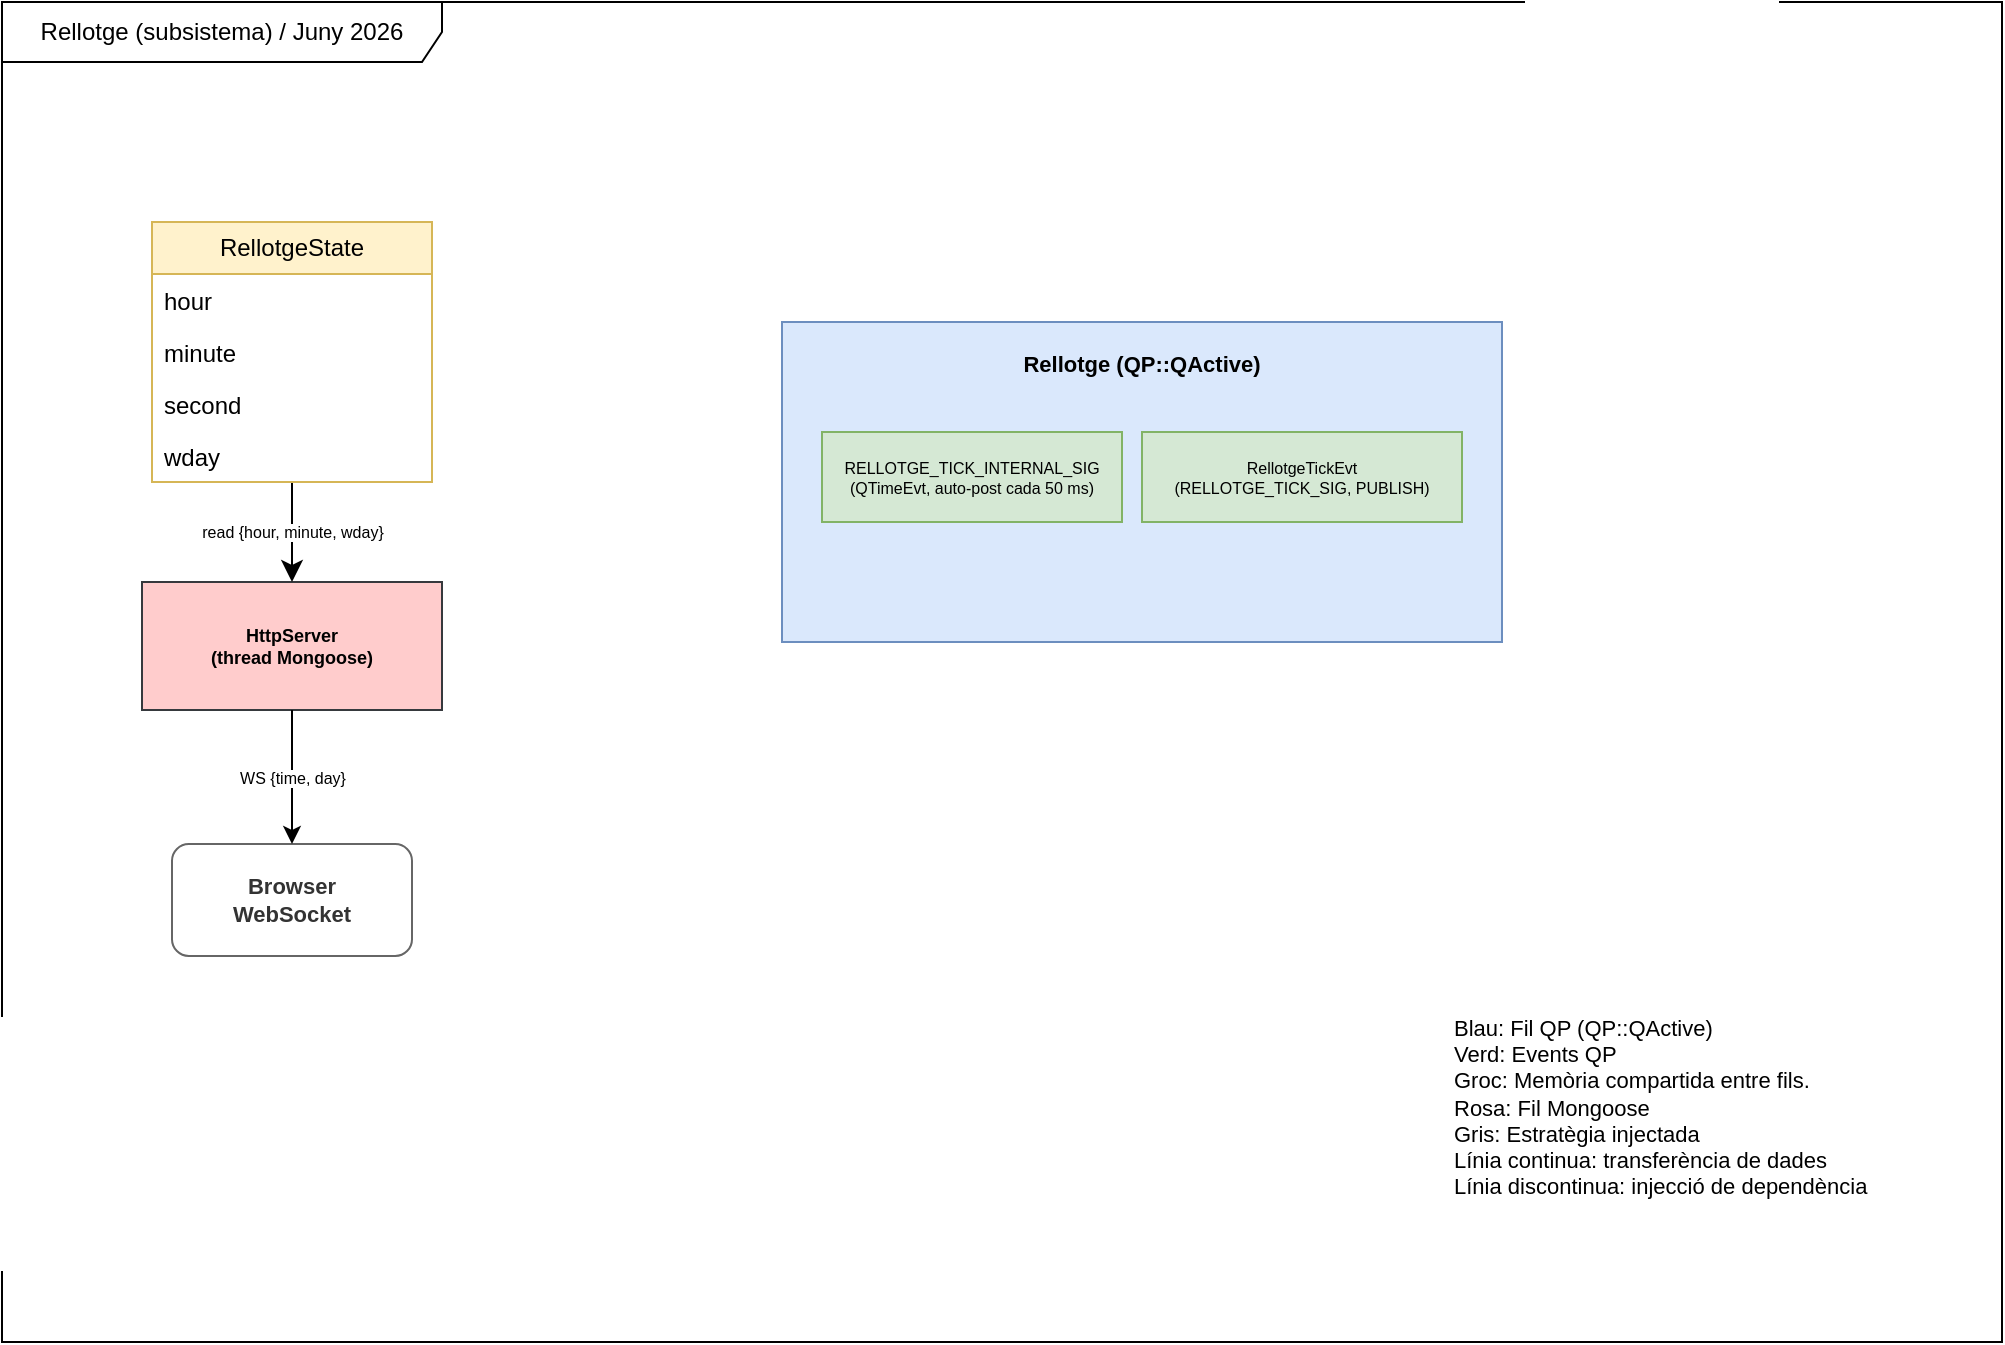
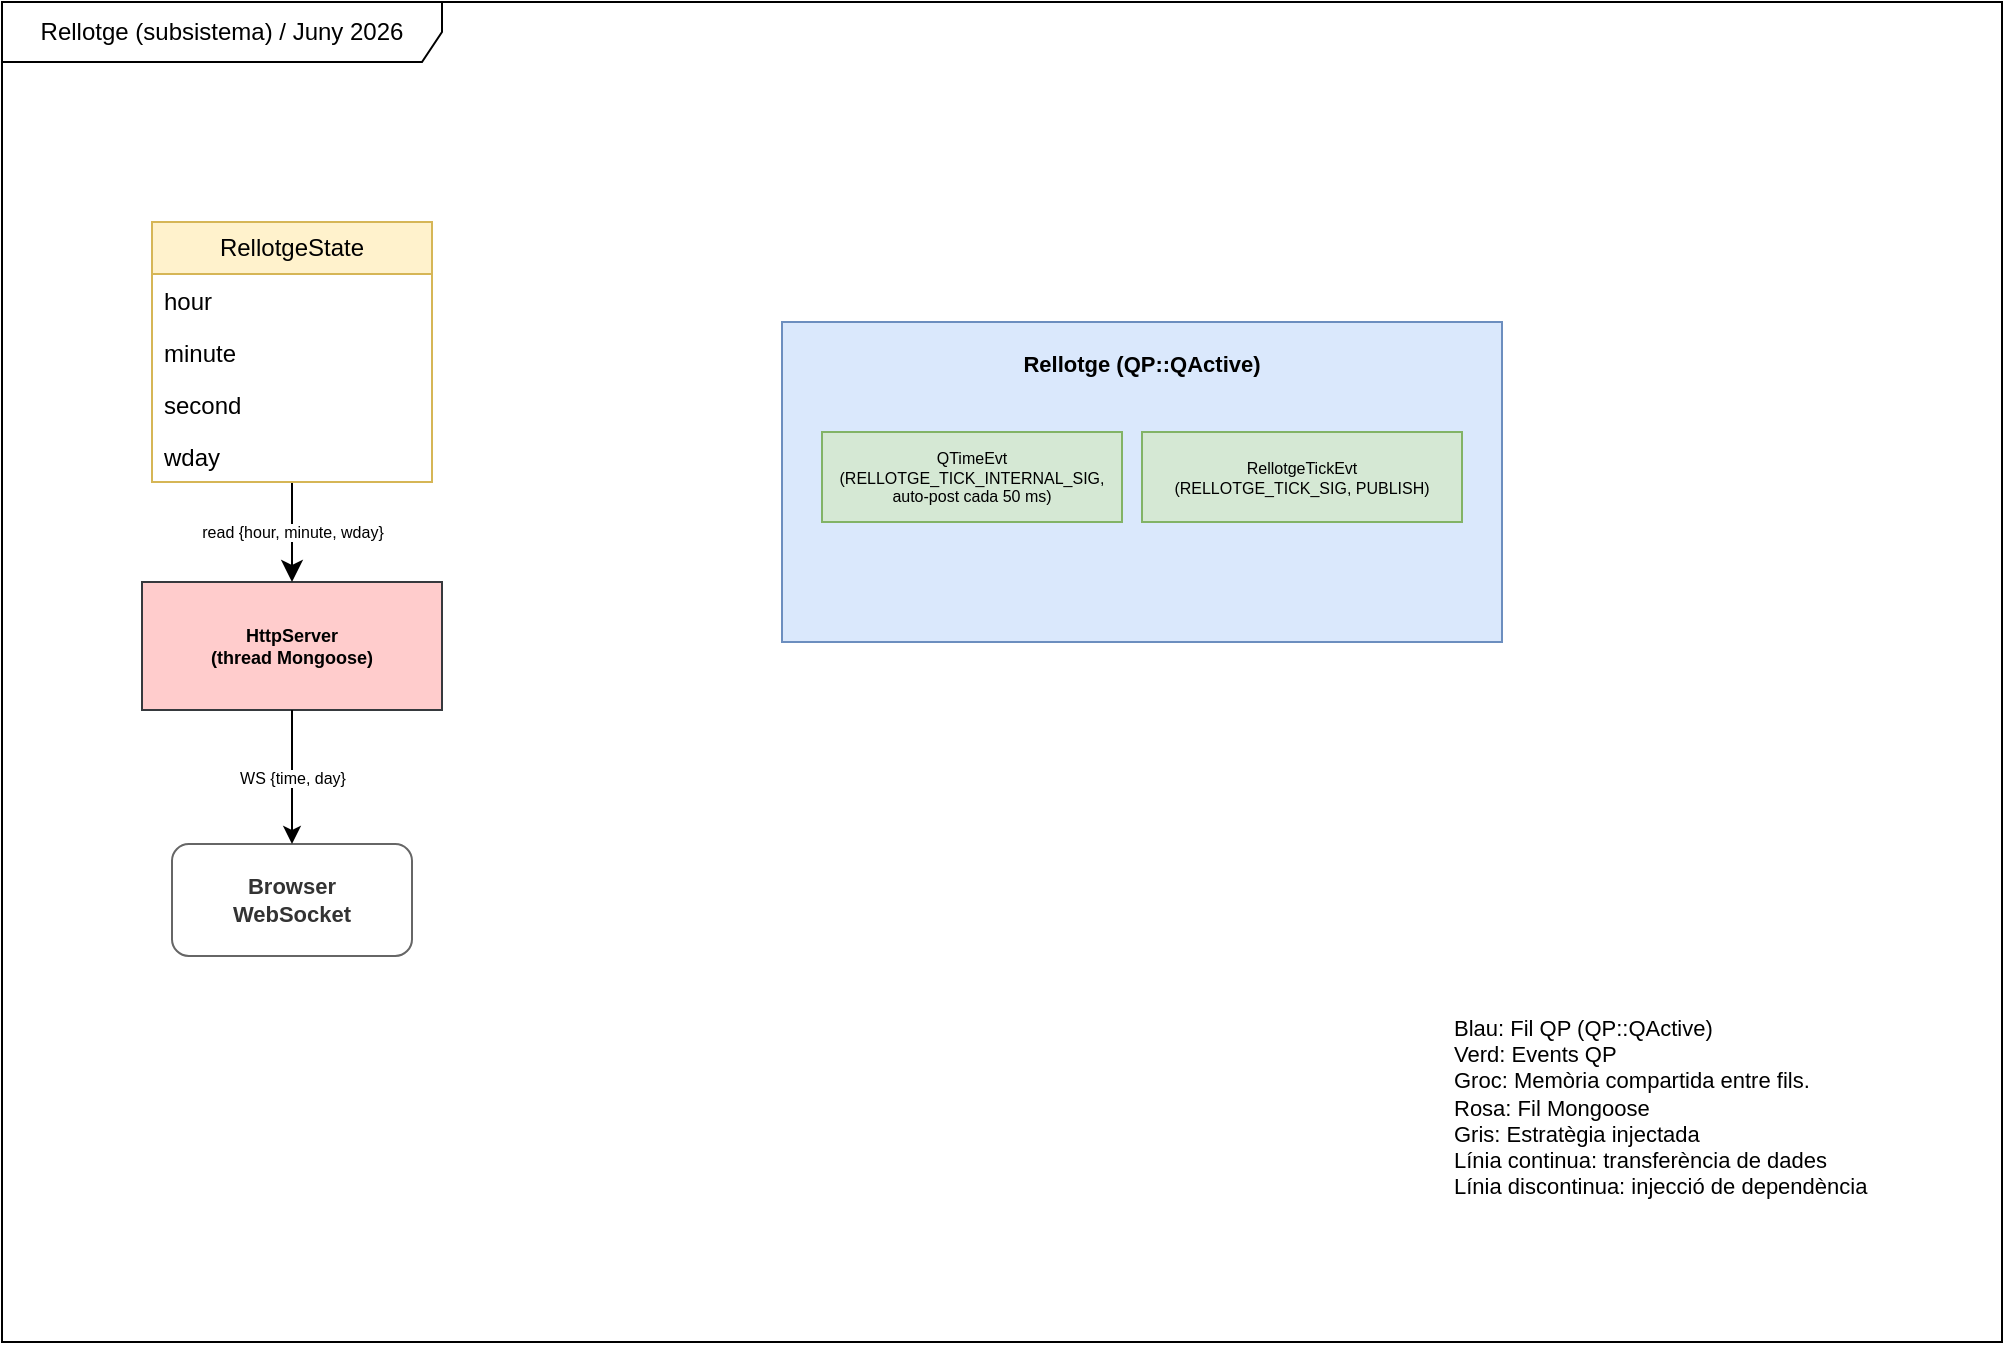
<mxfile host="Electron" agent="Mozilla/5.0 (Windows NT 10.0; Win64; x64) AppleWebKit/537.36 (KHTML, like Gecko) draw.io/28.2.8 Chrome/140.0.7339.240 Electron/38.4.0 Safari/537.36" version="28.2.8">
  <diagram name="Rellotge" id="rellotge">
    <mxGraphModel dx="1028" dy="663" grid="1" gridSize="10" guides="1" tooltips="1" connect="1" arrows="1" fold="1" page="1" pageScale="1" pageWidth="1169" pageHeight="826" math="0" shadow="0">
      <root>
        <mxCell id="0" />
        <mxCell id="1" parent="0" />
        <mxCell id="frame" value="Rellotge (subsistema) / Juny 2026" style="shape=umlFrame;whiteSpace=wrap;html=1;pointerEvents=0;recursiveResize=0;collapsible=0;width=220;height=30;" parent="1" vertex="1">
          <mxGeometry x="40" y="50" width="1000" height="670" as="geometry" />
        </mxCell>
        <mxCell id="rl" value="Rellotge (QP::QActive)" style="rounded=0;whiteSpace=wrap;html=1;fillColor=#dae8fc;strokeColor=#6c8ebf;fontSize=11;fontStyle=1;verticalAlign=top;spacingTop=8" parent="1" vertex="1">
          <mxGeometry x="430" y="210" width="360" height="160" as="geometry" />
        </mxCell>
-         <mxCell id="rl_internal" value="RELLOTGE_TICK_INTERNAL_SIG&#xa;(QTimeEvt, auto-post cada 50 ms)" style="rounded=0;whiteSpace=wrap;html=1;fillColor=#d5e8d4;strokeColor=#82b366;fontSize=8" parent="1" vertex="1">
+         <mxCell id="rl_internal" value="QTimeEvt&#xa;(RELLOTGE_TICK_INTERNAL_SIG, auto-post cada 50 ms)" style="rounded=0;whiteSpace=wrap;html=1;fillColor=#d5e8d4;strokeColor=#82b366;fontSize=8" parent="1" vertex="1">
          <mxGeometry x="450" y="265" width="150" height="45" as="geometry" />
        </mxCell>
        <mxCell id="rl_pub" value="RellotgeTickEvt&#xa;(RELLOTGE_TICK_SIG, PUBLISH)" style="rounded=0;whiteSpace=wrap;html=1;fillColor=#d5e8d4;strokeColor=#82b366;fontSize=8" parent="1" vertex="1">
          <mxGeometry x="610" y="265" width="160" height="45" as="geometry" />
        </mxCell>
        <mxCell id="http" value="HttpServer&#xa;(thread Mongoose)" style="rounded=0;whiteSpace=wrap;html=1;fillColor=#ffcccc;strokeColor=#36393d;fontSize=9;fontStyle=1" parent="1" vertex="1">
          <mxGeometry x="110" y="340" width="150" height="64" as="geometry" />
        </mxCell>
        <mxCell id="ws" value="&lt;b&gt;Browser&lt;/b&gt;&#xa;&lt;b&gt;WebSocket&lt;/b&gt;" style="rounded=1;whiteSpace=wrap;html=1;fillColor=#ffffff;strokeColor=#666666;fontColor=#333333;fontSize=11;" parent="1" vertex="1">
          <mxGeometry x="125" y="471" width="120" height="56" as="geometry" />
        </mxCell>
        <mxCell id="e_push" value="WS {time, day}" style="edgeStyle=orthogonalEdgeStyle;rounded=0;html=1;exitX=0.5;exitY=1;exitDx=0;exitDy=0;entryX=0.5;entryY=0;entryDx=0;entryDy=0;fontSize=8;" parent="1" source="http" target="ws" edge="1">
          <mxGeometry relative="1" as="geometry" />
        </mxCell>
        <mxCell id="legend" value="&lt;div style=&quot;text-align:left&quot;&gt;Blau: Fil QP (QP::QActive)&lt;br&gt;Verd: Events QP&lt;br&gt;Groc: Memòria compartida entre fils.&lt;br&gt;Rosa: Fil Mongoose&lt;br&gt;Gris: Estratègia injectada&lt;br&gt;Línia continua: transferència de dades&lt;br&gt;Línia discontinua: injecció de dependència&lt;/div&gt;" style="text;strokeColor=none;fillColor=none;align=left;verticalAlign=top;spacingLeft=4;spacingRight=4;overflow=hidden;whiteSpace=wrap;html=1;fontSize=11;" parent="1" vertex="1">
          <mxGeometry x="760" y="550" width="240" height="110" as="geometry" />
        </mxCell>
        <mxCell id="fVvCkoM4ovPekPfYtxhf-7" value="read {hour, minute, wday}" style="edgeStyle=orthogonalEdgeStyle;curved=0;rounded=0;orthogonalLoop=1;jettySize=auto;html=1;fontSize=8;startSize=8;endSize=8;" parent="1" source="fVvCkoM4ovPekPfYtxhf-1" target="http" edge="1">
          <mxGeometry relative="1" as="geometry" />
        </mxCell>
        <mxCell id="fVvCkoM4ovPekPfYtxhf-1" value="RellotgeState" style="swimlane;fontStyle=0;childLayout=stackLayout;horizontal=1;startSize=26;fillColor=#fff2cc;horizontalStack=0;resizeParent=1;resizeParentMax=0;resizeLast=0;collapsible=1;marginBottom=0;whiteSpace=wrap;html=1;strokeColor=#d6b656;" parent="1" vertex="1">
          <mxGeometry x="115" y="160" width="140" height="130" as="geometry" />
        </mxCell>
        <mxCell id="fVvCkoM4ovPekPfYtxhf-2" value="hour" style="text;strokeColor=none;fillColor=none;align=left;verticalAlign=top;spacingLeft=4;spacingRight=4;overflow=hidden;rotatable=0;points=[[0,0.5],[1,0.5]];portConstraint=eastwest;whiteSpace=wrap;html=1;" parent="fVvCkoM4ovPekPfYtxhf-1" vertex="1">
          <mxGeometry y="26" width="140" height="26" as="geometry" />
        </mxCell>
        <mxCell id="fVvCkoM4ovPekPfYtxhf-3" value="minute" style="text;strokeColor=none;fillColor=none;align=left;verticalAlign=top;spacingLeft=4;spacingRight=4;overflow=hidden;rotatable=0;points=[[0,0.5],[1,0.5]];portConstraint=eastwest;whiteSpace=wrap;html=1;" parent="fVvCkoM4ovPekPfYtxhf-1" vertex="1">
          <mxGeometry y="52" width="140" height="26" as="geometry" />
        </mxCell>
        <mxCell id="fVvCkoM4ovPekPfYtxhf-4" value="second" style="text;strokeColor=none;fillColor=none;align=left;verticalAlign=top;spacingLeft=4;spacingRight=4;overflow=hidden;rotatable=0;points=[[0,0.5],[1,0.5]];portConstraint=eastwest;whiteSpace=wrap;html=1;" parent="fVvCkoM4ovPekPfYtxhf-1" vertex="1">
          <mxGeometry y="78" width="140" height="26" as="geometry" />
        </mxCell>
        <mxCell id="fVvCkoM4ovPekPfYtxhf-6" value="wday" style="text;strokeColor=none;fillColor=none;align=left;verticalAlign=top;spacingLeft=4;spacingRight=4;overflow=hidden;rotatable=0;points=[[0,0.5],[1,0.5]];portConstraint=eastwest;whiteSpace=wrap;html=1;" parent="fVvCkoM4ovPekPfYtxhf-1" vertex="1">
          <mxGeometry y="104" width="140" height="26" as="geometry" />
        </mxCell>
      </root>
    </mxGraphModel>
  </diagram>
</mxfile>
